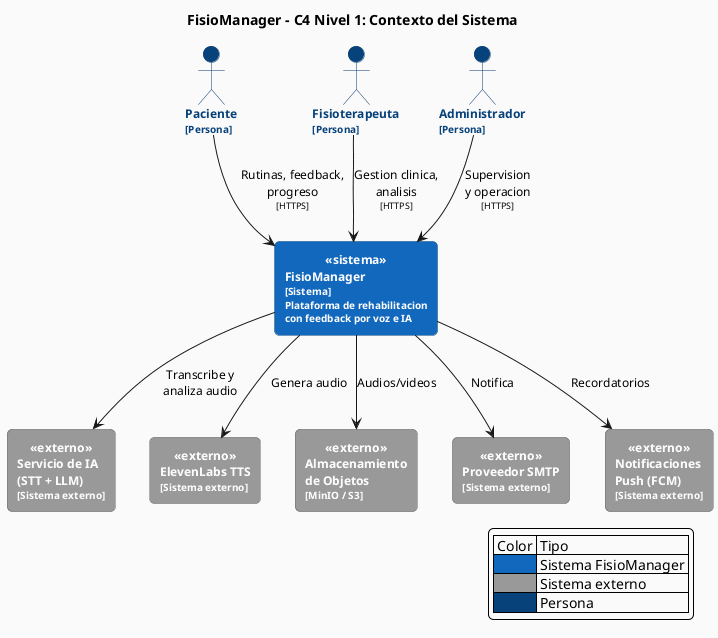
xiomj29/FisioManager-doc keeps this PlantUML diagram as proyFisioManager/ModAnalisis/figuras/FisioManager_C4_Contexto.png. Above is the earlier version.
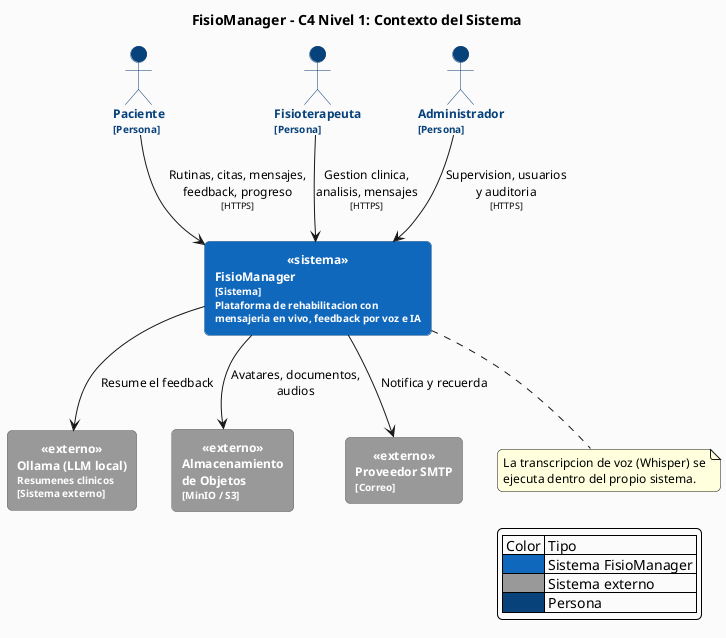
The same file after the commit.

Change to the diagram source:
```diff
@@ -31,23 +31,24 @@
 actor "Fisioterapeuta\n<size:10>[Persona]</size>" as terapeuta
 actor "Administrador\n<size:10>[Persona]</size>" as admin
 
-rectangle "**FisioManager**\n<size:10>[Sistema]</size>\n<size:10>Plataforma de rehabilitacion</size>\n<size:10>con feedback por voz e IA</size>" as fisio <<sistema>>
+rectangle "**FisioManager**\n<size:10>[Sistema]</size>\n<size:10>Plataforma de rehabilitacion con</size>\n<size:10>mensajeria en vivo, feedback por voz e IA</size>" as fisio <<sistema>>
 
-rectangle "Servicio de IA\n(STT + LLM)\n<size:10>[Sistema externo]</size>" as ia <<externo>>
-rectangle "ElevenLabs TTS\n<size:10>[Sistema externo]</size>" as tts <<externo>>
+rectangle "Ollama (LLM local)\n<size:10>Resumenes clinicos</size>\n<size:10>[Sistema externo]</size>" as llm <<externo>>
 rectangle "Almacenamiento\nde Objetos\n<size:10>[MinIO / S3]</size>" as storage <<externo>>
-rectangle "Proveedor SMTP\n<size:10>[Sistema externo]</size>" as email <<externo>>
-rectangle "Notificaciones\nPush (FCM)\n<size:10>[Sistema externo]</size>" as push <<externo>>
+rectangle "Proveedor SMTP\n<size:10>[Correo]</size>" as email <<externo>>
 
-paciente --> fisio : Rutinas, feedback,\nprogreso\n<size:9>[HTTPS]</size>
-terapeuta --> fisio : Gestion clinica,\nanalisis\n<size:9>[HTTPS]</size>
-admin --> fisio : Supervision\ny operacion\n<size:9>[HTTPS]</size>
+paciente --> fisio : Rutinas, citas, mensajes,\nfeedback, progreso\n<size:9>[HTTPS]</size>
+terapeuta --> fisio : Gestion clinica,\nanalisis, mensajes\n<size:9>[HTTPS]</size>
+admin --> fisio : Supervision, usuarios\ny auditoria\n<size:9>[HTTPS]</size>
 
-fisio --> ia : Transcribe y\nanaliza audio
-fisio --> tts : Genera audio
-fisio --> storage : Audios/videos
-fisio --> email : Notifica
-fisio --> push : Recordatorios
+fisio --> llm : Resume el feedback
+fisio --> storage : Avatares, documentos,\naudios
+fisio --> email : Notifica y recuerda
+
+note bottom of fisio
+  La transcripcion de voz (Whisper) se
+  ejecuta dentro del propio sistema.
+end note
 
 legend right
     | Color | Tipo |
```
